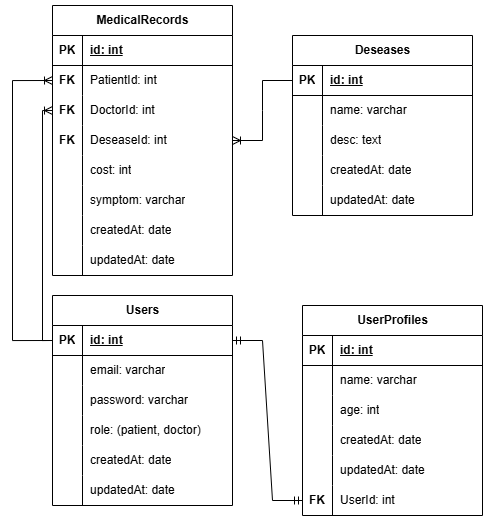
fathanabds/pair-project-team-1 keeps this draw.io diagram as schema_pair_project.png. Above is the earlier version. Source tidied: cells renumbered, new cells last; positions are measured from the earlier drawing's top-left corner, leaving out a move shared by most shapes.
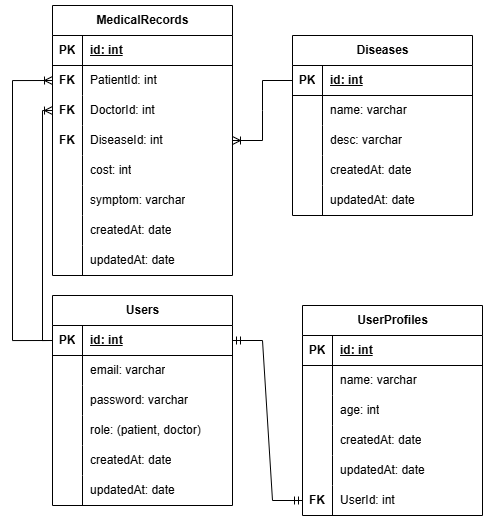
After the change.

The edit, as a diff of the source:
```diff
@@ -59,7 +59,7 @@
     <mxCell id="20" value="updatedAt: date" style="shape=partialRectangle;fillColor=none;top=0;left=0;bottom=0;right=0;align=left;spacingLeft=6;overflow=hidden;whiteSpace=wrap;html=1;" parent="18" vertex="1">
       <mxGeometry x="30" width="150" height="30" as="geometry" />
     </mxCell>
-    <mxCell id="21" value="Deseases" style="shape=table;startSize=30;rowLines=0;fontStyle=1;align=center;html=1;" parent="1" vertex="1">
+    <mxCell id="21" value="Diseases" style="shape=table;startSize=30;rowLines=0;fontStyle=1;align=center;html=1;" parent="1" vertex="1">
       <mxGeometry x="280" y="30" width="180" height="180" as="geometry" />
     </mxCell>
     <mxCell id="22" style="shape=tableRow;horizontal=0;startSize=0;swimlaneHead=0;swimlaneBody=0;fillColor=none;points=[[0,0.5],[1,0.5]];portConstraint=eastwest;top=0;left=0;right=0;bottom=1;" parent="21" vertex="1">
@@ -86,7 +86,7 @@
     <mxCell id="29" style="shape=partialRectangle;fillColor=none;top=0;left=0;bottom=0;right=0;overflow=hidden;whiteSpace=wrap;html=1;" parent="28" vertex="1">
       <mxGeometry width="30" height="30" as="geometry" />
     </mxCell>
-    <mxCell id="30" value="desc: text" style="shape=partialRectangle;fillColor=none;top=0;left=0;bottom=0;right=0;align=left;spacingLeft=6;overflow=hidden;whiteSpace=wrap;html=1;" parent="28" vertex="1">
+    <mxCell id="30" value="desc: varchar" style="shape=partialRectangle;fillColor=none;top=0;left=0;bottom=0;right=0;align=left;spacingLeft=6;overflow=hidden;whiteSpace=wrap;html=1;" parent="28" vertex="1">
       <mxGeometry x="30" width="150" height="30" as="geometry" />
     </mxCell>
     <mxCell id="31" style="shape=tableRow;horizontal=0;startSize=0;swimlaneHead=0;swimlaneBody=0;fillColor=none;top=0;left=0;right=0;bottom=0;" parent="21" vertex="1">
@@ -143,7 +143,7 @@
     <mxCell id="48" value="&lt;b&gt;FK&lt;/b&gt;" style="shape=partialRectangle;fillColor=none;top=0;left=0;bottom=0;right=0;overflow=hidden;whiteSpace=wrap;html=1;" parent="47" vertex="1">
       <mxGeometry width="30" height="30" as="geometry" />
     </mxCell>
-    <mxCell id="49" value="DeseaseId: int" style="shape=partialRectangle;fillColor=none;top=0;left=0;bottom=0;right=0;align=left;spacingLeft=6;overflow=hidden;whiteSpace=wrap;html=1;" parent="47" vertex="1">
+    <mxCell id="49" value="DiseaseId: int" style="shape=partialRectangle;fillColor=none;top=0;left=0;bottom=0;right=0;align=left;spacingLeft=6;overflow=hidden;whiteSpace=wrap;html=1;" parent="47" vertex="1">
       <mxGeometry x="30" width="150" height="30" as="geometry" />
     </mxCell>
     <mxCell id="50" style="shape=tableRow;horizontal=0;startSize=0;swimlaneHead=0;swimlaneBody=0;fillColor=none;top=0;left=0;right=0;bottom=0;" parent="37" vertex="1">
```
